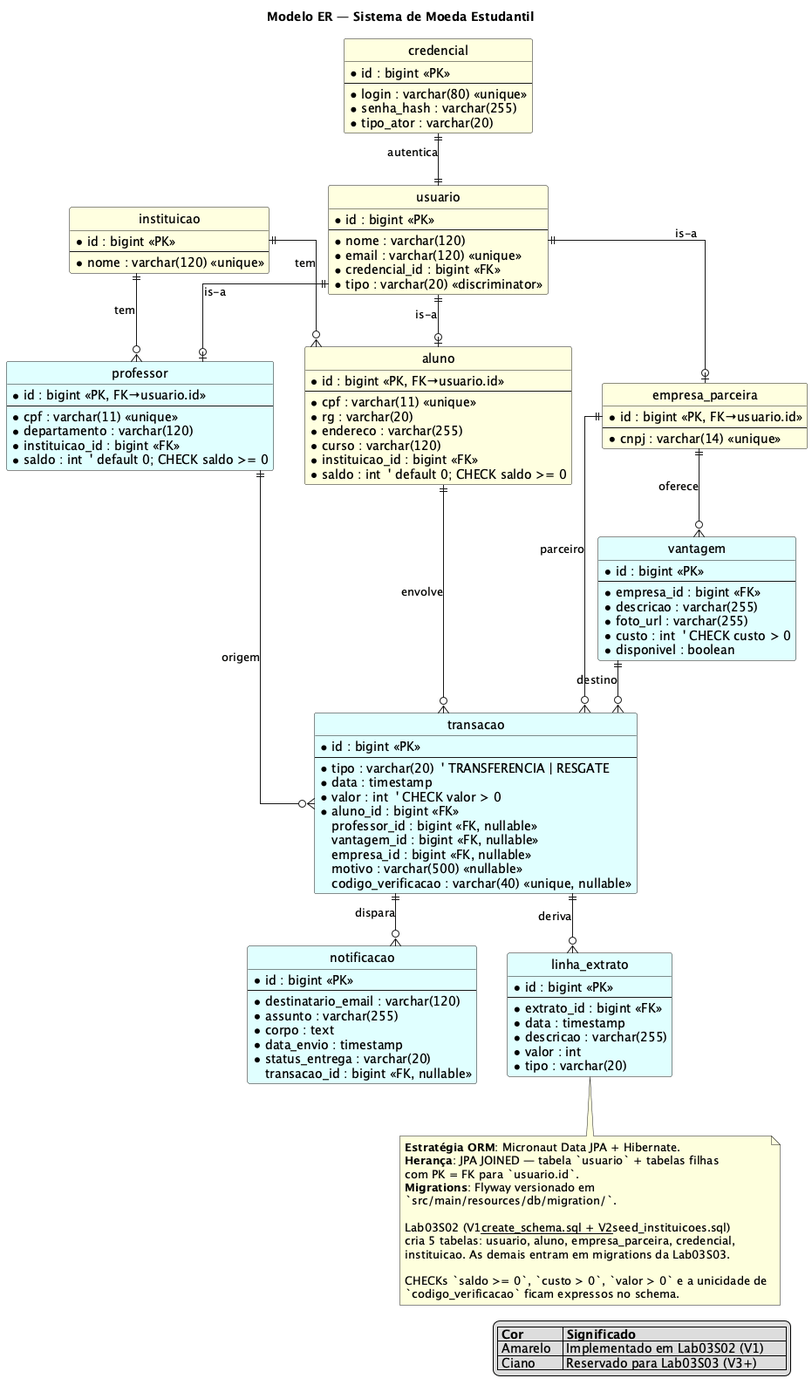
This is docs/diagrams/er.png from samueljansem/puc-lds-moeda-estudantil, a PlantUML export, as it was before one commit.
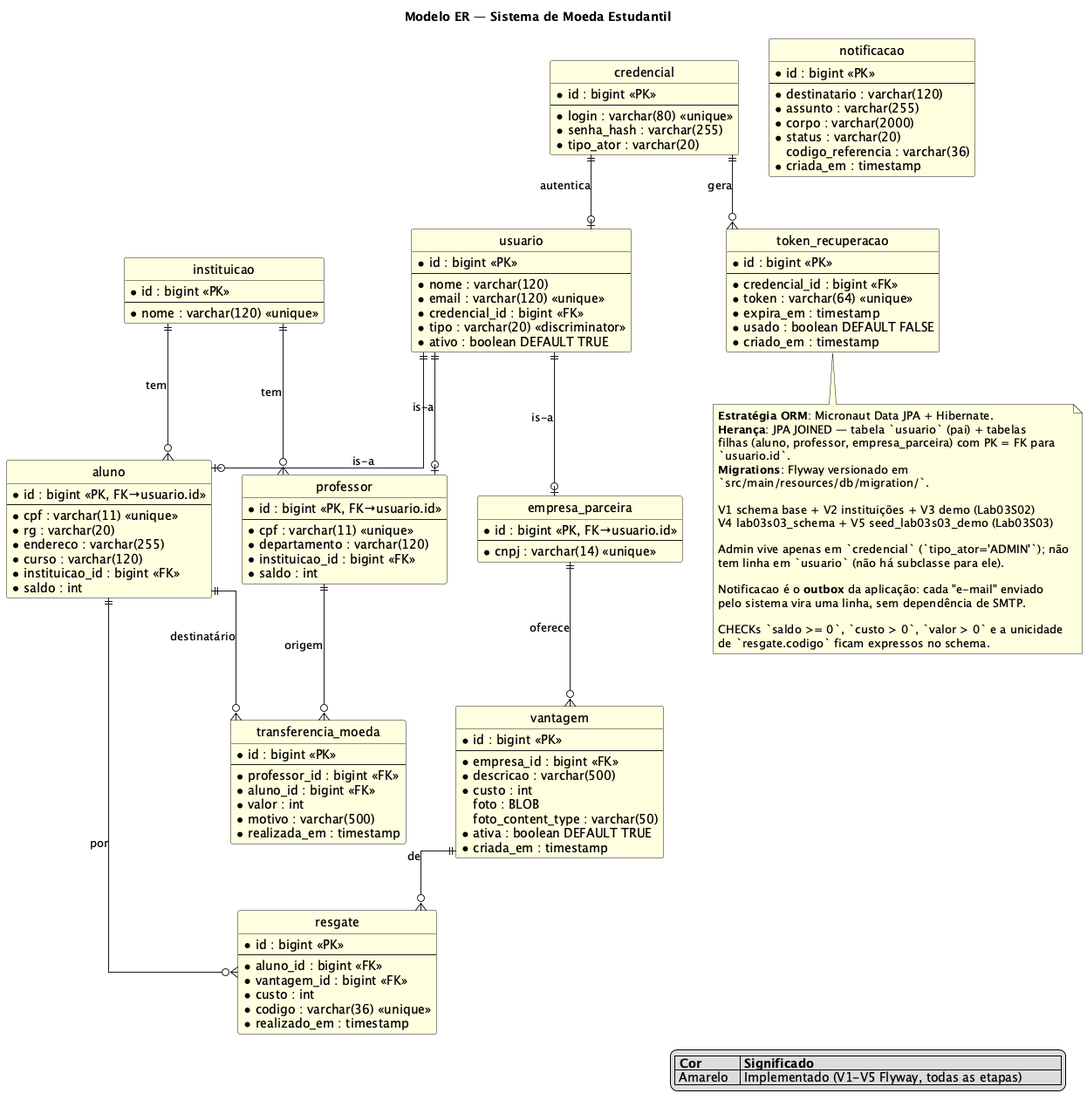
After the change.

Commit message:
docs(lab03s03): diagramas atualizados, README/DEMO finais, roteiro de apresentação

The edit, as a diff of the source:
```diff
@@ -4,7 +4,6 @@
 skinparam linetype ortho
 hide circle
 title Modelo ER — Sistema de Moeda Estudantil
-
 
 entity "usuario" as usuario #LightYellow {
   *id : bigint <<PK>>
@@ -13,6 +12,7 @@
   *email : varchar(120) <<unique>>
   *credencial_id : bigint <<FK>>
   *tipo : varchar(20) <<discriminator>>
+  *ativo : boolean DEFAULT TRUE
 }
 
 entity "aluno" as aluno #LightYellow {
@@ -23,16 +23,16 @@
   *endereco : varchar(255)
   *curso : varchar(120)
   *instituicao_id : bigint <<FK>>
-  *saldo : int  ' default 0; CHECK saldo >= 0
+  *saldo : int
 }
 
-entity "professor" as professor #LightCyan {
+entity "professor" as professor #LightYellow {
   *id : bigint <<PK, FK→usuario.id>>
   --
   *cpf : varchar(11) <<unique>>
   *departamento : varchar(120)
   *instituicao_id : bigint <<FK>>
-  *saldo : int  ' default 0; CHECK saldo >= 0
+  *saldo : int
 }
 
 entity "empresa_parceira" as empresa #LightYellow {
@@ -55,92 +55,102 @@
   *nome : varchar(120) <<unique>>
 }
 
-
-entity "vantagem" as vantagem #LightCyan {
+entity "vantagem" as vantagem #LightYellow {
   *id : bigint <<PK>>
   --
   *empresa_id : bigint <<FK>>
-  *descricao : varchar(255)
-  *foto_url : varchar(255)
-  *custo : int  ' CHECK custo > 0
-  *disponivel : boolean
+  *descricao : varchar(500)
+  *custo : int
+  foto : BLOB
+  foto_content_type : varchar(50)
+  *ativa : boolean DEFAULT TRUE
+  *criada_em : timestamp
 }
 
-entity "transacao" as transacao #LightCyan {
+entity "transferencia_moeda" as transferencia #LightYellow {
   *id : bigint <<PK>>
   --
-  *tipo : varchar(20)  ' TRANSFERENCIA | RESGATE
-  *data : timestamp
-  *valor : int  ' CHECK valor > 0
+  *professor_id : bigint <<FK>>
   *aluno_id : bigint <<FK>>
-  professor_id : bigint <<FK, nullable>>
-  vantagem_id : bigint <<FK, nullable>>
-  empresa_id : bigint <<FK, nullable>>
-  motivo : varchar(500) <<nullable>>
-  codigo_verificacao : varchar(40) <<unique, nullable>>
+  *valor : int
+  *motivo : varchar(500)
+  *realizada_em : timestamp
 }
 
-entity "notificacao" as notificacao #LightCyan {
+entity "resgate" as resgate #LightYellow {
   *id : bigint <<PK>>
   --
-  *destinatario_email : varchar(120)
-  *assunto : varchar(255)
-  *corpo : text
-  *data_envio : timestamp
-  *status_entrega : varchar(20)
-  transacao_id : bigint <<FK, nullable>>
+  *aluno_id : bigint <<FK>>
+  *vantagem_id : bigint <<FK>>
+  *custo : int
+  *codigo : varchar(36) <<unique>>
+  *realizado_em : timestamp
 }
 
-entity "linha_extrato" as linha_extrato #LightCyan {
+entity "notificacao" as notificacao #LightYellow {
   *id : bigint <<PK>>
   --
-  *extrato_id : bigint <<FK>>
-  *data : timestamp
-  *descricao : varchar(255)
-  *valor : int
-  *tipo : varchar(20)
+  *destinatario : varchar(120)
+  *assunto : varchar(255)
+  *corpo : varchar(2000)
+  *status : varchar(20)
+  codigo_referencia : varchar(36)
+  *criada_em : timestamp
 }
 
+entity "token_recuperacao" as token #LightYellow {
+  *id : bigint <<PK>>
+  --
+  *credencial_id : bigint <<FK>>
+  *token : varchar(64) <<unique>>
+  *expira_em : timestamp
+  *usado : boolean DEFAULT FALSE
+  *criado_em : timestamp
+}
 
 usuario ||--o| aluno              : "is-a"
 usuario ||--o| professor          : "is-a"
 usuario ||--o| empresa            : "is-a"
 
-credencial ||--|| usuario         : "autentica"
+credencial ||--o| usuario         : "autentica"
 
 instituicao ||--o{ aluno          : "tem"
 instituicao ||--o{ professor      : "tem"
 
 empresa ||--o{ vantagem           : "oferece"
 
-aluno ||--o{ transacao            : "envolve"
-professor ||--o{ transacao        : "origem"
-vantagem ||--o{ transacao         : "destino"
-empresa ||--o{ transacao          : "parceiro"
+professor ||--o{ transferencia    : "origem"
+aluno     ||--o{ transferencia    : "destinatário"
 
-transacao ||--o{ notificacao      : "dispara"
+aluno    ||--o{ resgate           : "por"
+vantagem ||--o{ resgate           : "de"
 
-transacao ||--o{ linha_extrato    : "deriva"
+credencial ||--o{ token           : "gera"
 
 legend right
-  |= Cor      |= Significado                       |
-  | Amarelo   | Implementado em Lab03S02 (V1)      |
-  | Ciano     | Reservado para Lab03S03 (V3+)      |
+  |= Cor      |= Significado                                          |
+  | Amarelo   | Implementado (V1-V5 Flyway, todas as etapas)          |
 endlegend
 
 note bottom
   **Estratégia ORM**: Micronaut Data JPA + Hibernate.
-  **Herança**: JPA JOINED — tabela `usuario` + tabelas filhas
-  com PK = FK para `usuario.id`.
+  **Herança**: JPA JOINED — tabela `usuario` (pai) + tabelas
+  filhas (aluno, professor, empresa_parceira) com PK = FK para
+  `usuario.id`.
   **Migrations**: Flyway versionado em
   `src/main/resources/db/migration/`.
 
-  Lab03S02 (V1__create_schema.sql + V2__seed_instituicoes.sql)
-  cria 5 tabelas: usuario, aluno, empresa_parceira, credencial,
-  instituicao. As demais entram em migrations da Lab03S03.
+  V1 schema base + V2 instituições + V3 demo (Lab03S02)
+  V4 lab03s03_schema + V5 seed_lab03s03_demo (Lab03S03)
 
-  CHECKs `saldo >= 0`, `custo > 0`, `valor > 0` e a unicidade de
-  `codigo_verificacao` ficam expressos no schema.
+  Admin vive apenas em `credencial` (`tipo_ator='ADMIN'`); não
+  tem linha em `usuario` (não há subclasse para ele).
+
+  Notificacao é o **outbox** da aplicação: cada "e-mail" enviado
+  pelo sistema vira uma linha, sem dependência de SMTP.
+
+  CHECKs `saldo >= 0`, `custo > 0`, `valor > 0` e a unicidade
+  de `resgate.codigo` ficam expressos no schema.
 end note
 
 @enduml
```
